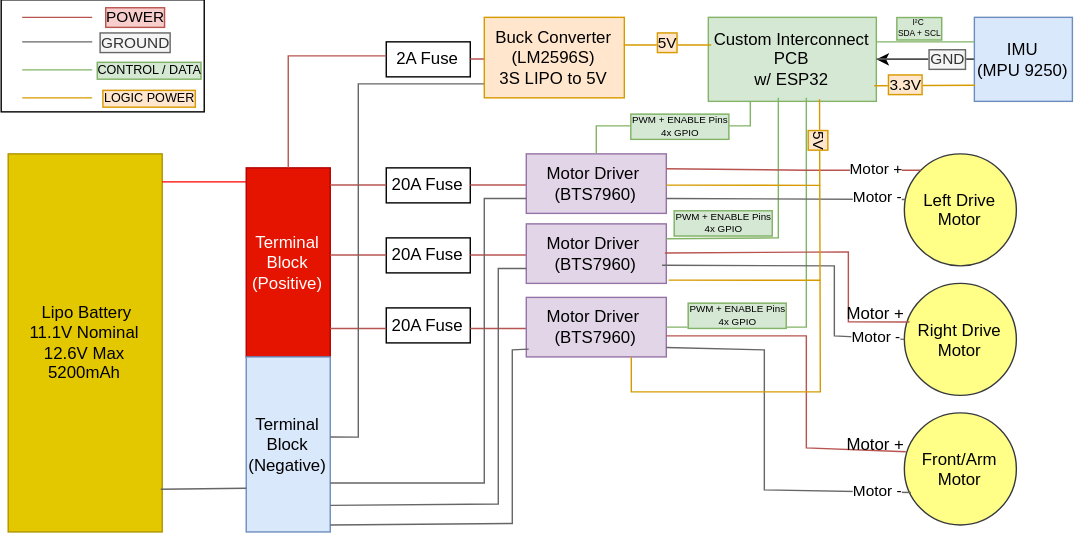
The draw.io diagram electrical/Diagrams/ShotBot Electrical Archetecture.drawio.svg in kylevansant/ShotBot-Autonomous-Delivery-Robot-Stanford-Moonshot-Club, before a commit. Source tidied: cells renumbered, new cells last; positions are measured from the earlier drawing's top-left corner, leaving out a move shared by most shapes.
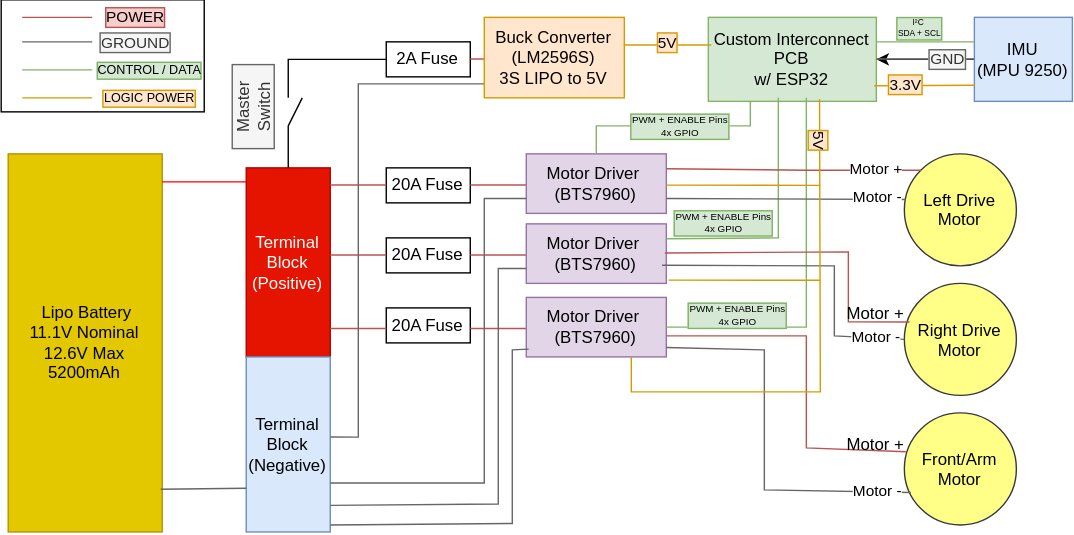
After the change.

What changed in the source:
```diff
@@ -83,14 +83,6 @@
     <mxCell id="20" value="2A Fuse" style="rounded=0;whiteSpace=wrap;html=1;" parent="1" vertex="1">
       <mxGeometry x="275" y="30" width="60" height="25" as="geometry" />
     </mxCell>
-    <mxCell id="21" style="endArrow=none;html=1;rounded=0;exitX=0.5;exitY=0;exitDx=0;exitDy=0;fillColor=#f8cecc;strokeColor=#b85450;" parent="1" edge="1" source="5">
-      <mxGeometry relative="1" as="geometry">
-        <mxPoint x="275" y="40" as="targetPoint" />
-        <Array as="points">
-          <mxPoint x="205" y="40" />
-        </Array>
-      </mxGeometry>
-    </mxCell>
     <mxCell id="22" style="endArrow=none;html=1;rounded=0;entryX=0;entryY=0;entryDx=0;entryDy=0;fillColor=#f8cecc;strokeColor=#b85450;" parent="1" edge="1">
       <mxGeometry relative="1" as="geometry">
         <mxPoint x="335" y="42.3" as="sourcePoint" />
@@ -367,5 +359,28 @@
         <mxPoint x="-3" y="-2" as="offset" />
       </mxGeometry>
     </mxCell>
+    <mxCell id="73" style="endArrow=none;html=1;rounded=0;" parent="1" edge="1">
+      <mxGeometry relative="1" as="geometry">
+        <mxPoint x="205" y="120" as="sourcePoint" />
+        <mxPoint x="205" y="90" as="targetPoint" />
+      </mxGeometry>
+    </mxCell>
+    <mxCell id="74" style="endArrow=none;html=1;rounded=0;" parent="1" edge="1">
+      <mxGeometry relative="1" as="geometry">
+        <mxPoint x="205" y="90" as="sourcePoint" />
+        <mxPoint x="215" y="70" as="targetPoint" />
+      </mxGeometry>
+    </mxCell>
+    <mxCell id="75" style="endArrow=none;html=1;rounded=0;entryX=0;entryY=0.5;entryDx=0;entryDy=0;" parent="1" edge="1" target="20">
+      <mxGeometry relative="1" as="geometry">
+        <mxPoint x="205" y="70" as="sourcePoint" />
+        <Array as="points">
+          <mxPoint x="205" y="42.5" />
+        </Array>
+      </mxGeometry>
+    </mxCell>
+    <mxCell id="76" value="Master Switch" style="text;html=1;whiteSpace=wrap;strokeColor=#666666;fillColor=#f5f5f5;align=center;verticalAlign=middle;rounded=0;fontColor=#333333;rotation=-90;" parent="1" vertex="1">
+      <mxGeometry x="150" y="61.2" width="60" height="30" as="geometry" />
+    </mxCell>
   </root>
 </mxGraphModel>
```
